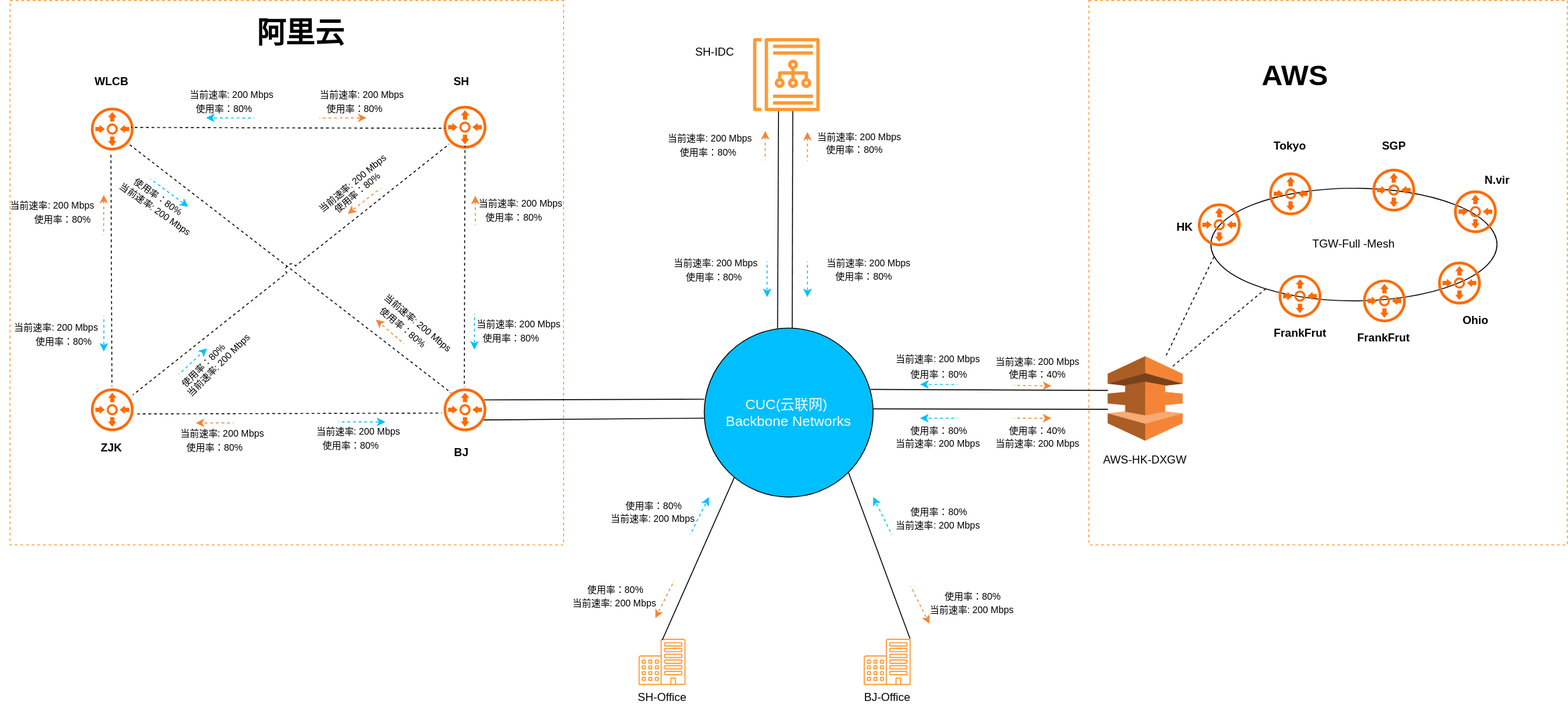
This is traffic.svg from FailEnd/ITPortal, a draw.io export, as it was before one commit. Source tidied: cells renumbered, new cells last; positions are measured from the earlier drawing's top-left corner, leaving out a move shared by most shapes.
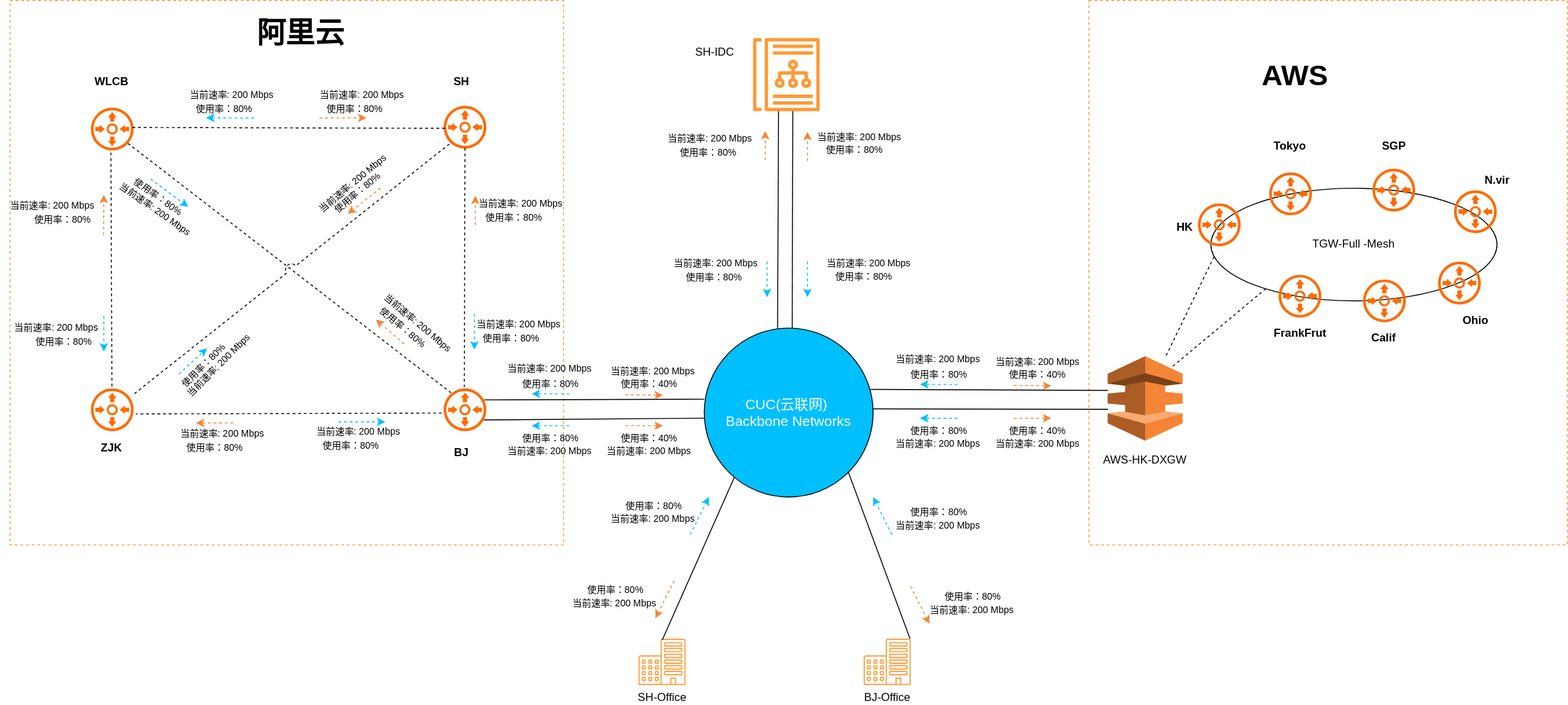
The same file after the commit.

Change to the diagram source:
```diff
@@ -154,7 +154,7 @@
     <mxCell id="45" style="html=1;align=center;shadow=0;dashed=0;fillColor=#FF6A00;strokeColor=none;shape=mxgraph.alibaba_cloud.vbr_virtual_border_router;" parent="1" vertex="1">
       <mxGeometry x="1547" y="200" width="50" height="50" as="geometry" />
     </mxCell>
-    <mxCell id="46" value="&lt;b&gt;FrankFrut&lt;/b&gt;" style="text;strokeColor=none;align=center;fillColor=none;html=1;verticalAlign=middle;whiteSpace=wrap;rounded=0;fontColor=default;" parent="1" vertex="1">
+    <mxCell id="46" value="&lt;b&gt;Calif&lt;/b&gt;" style="text;strokeColor=none;align=center;fillColor=none;html=1;verticalAlign=middle;whiteSpace=wrap;rounded=0;fontColor=default;" parent="1" vertex="1">
       <mxGeometry x="1439" y="345" width="71" height="30" as="geometry" />
     </mxCell>
     <mxCell id="47" value="&lt;b&gt;Ohio&lt;/b&gt;" style="text;strokeColor=none;align=center;fillColor=none;html=1;verticalAlign=middle;whiteSpace=wrap;rounded=0;fontColor=default;" parent="1" vertex="1">
@@ -454,5 +454,53 @@
     <mxCell id="123" value="使用率：80%" style="text;html=1;align=center;verticalAlign=middle;strokeColor=none;fillColor=none;fontSize=10;rotation=35;" parent="1" vertex="1">
       <mxGeometry x="128" y="194" width="80" height="30" as="geometry" />
     </mxCell>
+    <mxCell id="124" style="endArrow=classic;html=1;rounded=0;strokeColor=#00BFFF;dashed=1;flowAnimation=1;" parent="1" edge="1">
+      <mxGeometry relative="1" as="geometry">
+        <mxPoint x="606" y="419" as="sourcePoint" />
+        <mxPoint x="566" y="419" as="targetPoint" />
+      </mxGeometry>
+    </mxCell>
+    <mxCell id="125" style="endArrow=classic;html=1;rounded=0;strokeColor=#F58536;dashed=1;flowAnimation=1;" parent="1" edge="1">
+      <mxGeometry relative="1" as="geometry">
+        <mxPoint x="666" y="420" as="sourcePoint" />
+        <mxPoint x="706" y="420.6" as="targetPoint" />
+      </mxGeometry>
+    </mxCell>
+    <mxCell id="126" value="当前速率: 200 Mbps" style="text;html=1;align=center;verticalAlign=middle;strokeColor=none;fillColor=none;fontSize=10;" parent="1" vertex="1">
+      <mxGeometry x="530" y="377" width="110" height="30" as="geometry" />
+    </mxCell>
+    <mxCell id="127" value="使用率：80%" style="text;html=1;align=center;verticalAlign=middle;strokeColor=none;fillColor=none;fontSize=10;" parent="1" vertex="1">
+      <mxGeometry x="546" y="393" width="80" height="30" as="geometry" />
+    </mxCell>
+    <mxCell id="128" value="使用率：40%" style="text;html=1;align=center;verticalAlign=middle;strokeColor=none;fillColor=none;fontSize=10;" parent="1" vertex="1">
+      <mxGeometry x="651" y="393" width="80" height="30" as="geometry" />
+    </mxCell>
+    <mxCell id="129" value="当前速率: 200 Mbps" style="text;html=1;align=center;verticalAlign=middle;strokeColor=none;fillColor=none;fontSize=10;" parent="1" vertex="1">
+      <mxGeometry x="640" y="380" width="110" height="30" as="geometry" />
+    </mxCell>
+    <mxCell id="130" style="endArrow=classic;html=1;rounded=0;strokeColor=#00BFFF;flowAnimation=1;dashed=1;" parent="1" edge="1">
+      <mxGeometry relative="1" as="geometry">
+        <mxPoint x="606" y="453" as="sourcePoint" />
+        <mxPoint x="566" y="453" as="targetPoint" />
+      </mxGeometry>
+    </mxCell>
+    <mxCell id="131" style="endArrow=classic;html=1;rounded=0;strokeColor=#F58536;flowAnimation=1;dashed=1;" parent="1" edge="1">
+      <mxGeometry relative="1" as="geometry">
+        <mxPoint x="666" y="453" as="sourcePoint" />
+        <mxPoint x="706" y="453" as="targetPoint" />
+      </mxGeometry>
+    </mxCell>
+    <mxCell id="132" value="使用率：80%" style="text;html=1;align=center;verticalAlign=middle;strokeColor=none;fillColor=none;fontSize=10;" parent="1" vertex="1">
+      <mxGeometry x="546" y="451" width="80" height="30" as="geometry" />
+    </mxCell>
+    <mxCell id="133" value="使用率：40%" style="text;html=1;align=center;verticalAlign=middle;strokeColor=none;fillColor=none;fontSize=10;" parent="1" vertex="1">
+      <mxGeometry x="651" y="451" width="80" height="30" as="geometry" />
+    </mxCell>
+    <mxCell id="134" value="当前速率: 200 Mbps" style="text;html=1;align=center;verticalAlign=middle;strokeColor=none;fillColor=none;fontSize=10;" parent="1" vertex="1">
+      <mxGeometry x="636" y="465" width="110" height="30" as="geometry" />
+    </mxCell>
+    <mxCell id="135" value="当前速率: 200 Mbps" style="text;html=1;align=center;verticalAlign=middle;strokeColor=none;fillColor=none;fontSize=10;" parent="1" vertex="1">
+      <mxGeometry x="530" y="465" width="110" height="30" as="geometry" />
+    </mxCell>
   </root>
 </mxGraphModel>
```
